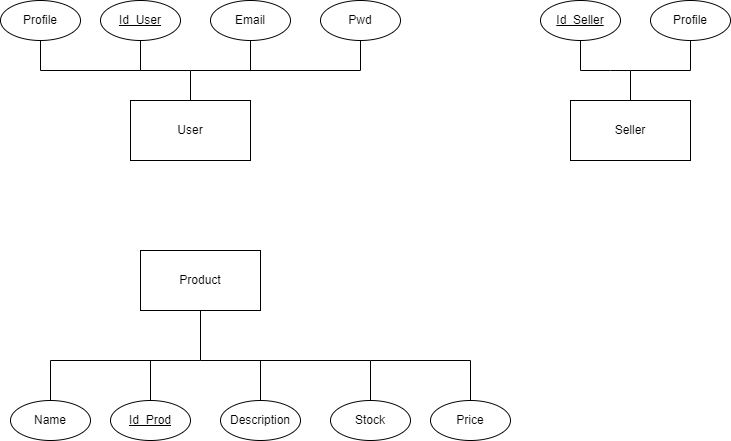
This is Entidad-Relacion.drawio.png from OscarELCRACK17/imagen, a draw.io export, as it was before one commit. Source tidied: cells renumbered, new cells last; positions are measured from the earlier drawing's top-left corner, leaving out a move shared by most shapes.
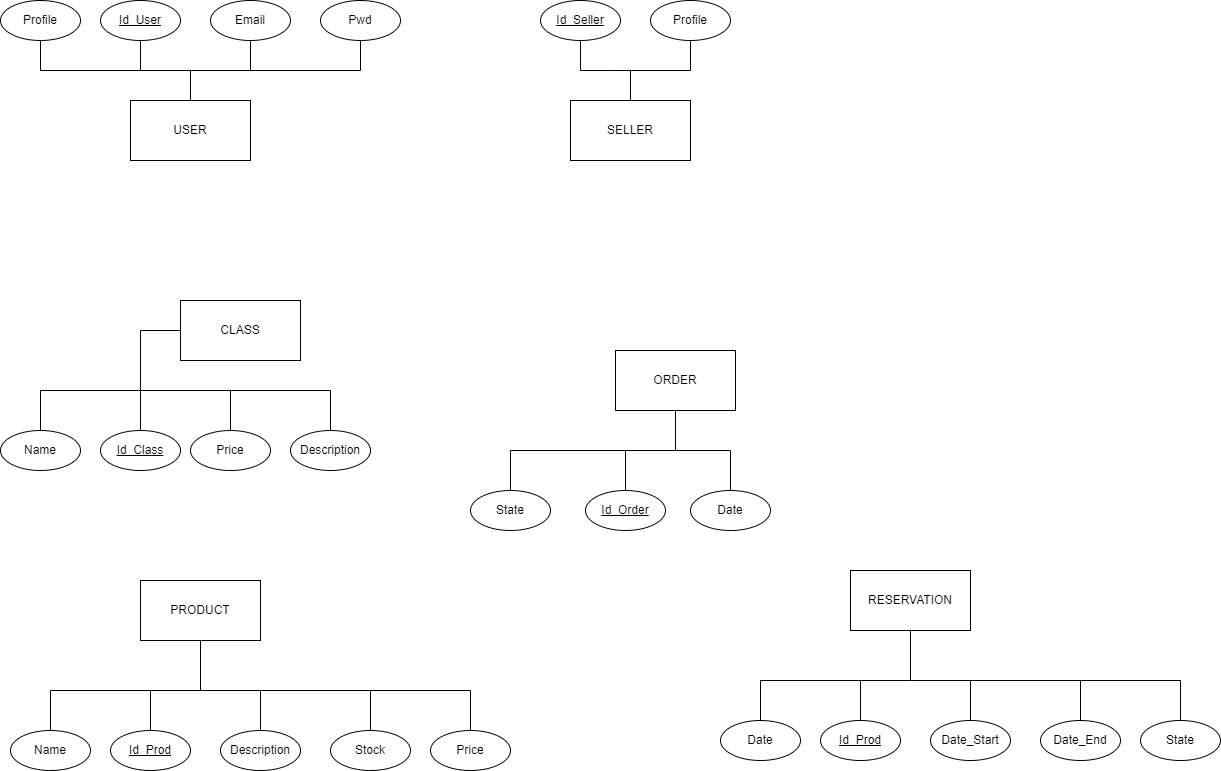
The same diagram one commit later.

What changed in the source:
```diff
@@ -2,7 +2,7 @@
   <root>
     <mxCell id="0" />
     <mxCell id="1" parent="0" />
-    <mxCell id="2" value="User" style="rounded=0;whiteSpace=wrap;html=1;" parent="1" vertex="1">
+    <mxCell id="2" value="USER" style="rounded=0;whiteSpace=wrap;html=1;" parent="1" vertex="1">
       <mxGeometry x="130" y="100" width="120" height="60" as="geometry" />
     </mxCell>
     <mxCell id="3" value="&lt;u&gt;Id_User&lt;/u&gt;" style="ellipse;whiteSpace=wrap;html=1;" parent="1" vertex="1">
@@ -44,7 +44,7 @@
         <mxPoint x="250" y="70" as="sourcePoint" />
       </mxGeometry>
     </mxCell>
-    <mxCell id="11" value="Seller" style="rounded=0;whiteSpace=wrap;html=1;" parent="1" vertex="1">
+    <mxCell id="11" value="SELLER" style="rounded=0;whiteSpace=wrap;html=1;" parent="1" vertex="1">
       <mxGeometry x="570" y="100" width="120" height="60" as="geometry" />
     </mxCell>
     <mxCell id="12" value="&lt;u&gt;Id_Seller&lt;/u&gt;" style="ellipse;whiteSpace=wrap;html=1;" parent="1" vertex="1">
@@ -78,61 +78,199 @@
         <mxPoint x="690" y="70" as="sourcePoint" />
       </mxGeometry>
     </mxCell>
-    <mxCell id="18" value="Product" style="rounded=0;whiteSpace=wrap;html=1;flipH=0;" parent="1" vertex="1">
-      <mxGeometry x="140" y="250" width="120" height="60" as="geometry" />
+    <mxCell id="18" value="PRODUCT" style="rounded=0;whiteSpace=wrap;html=1;flipH=0;" parent="1" vertex="1">
+      <mxGeometry x="140" y="580" width="120" height="60" as="geometry" />
     </mxCell>
     <mxCell id="19" value="&lt;u&gt;Id_Prod&lt;/u&gt;" style="ellipse;whiteSpace=wrap;html=1;flipH=0;" parent="1" vertex="1">
-      <mxGeometry x="110" y="400" width="80" height="40" as="geometry" />
+      <mxGeometry x="110" y="730" width="80" height="40" as="geometry" />
     </mxCell>
     <mxCell id="20" value="Description" style="ellipse;whiteSpace=wrap;html=1;flipH=0;" parent="1" vertex="1">
-      <mxGeometry x="220" y="400" width="80" height="40" as="geometry" />
+      <mxGeometry x="220" y="730" width="80" height="40" as="geometry" />
     </mxCell>
     <mxCell id="21" value="Stock" style="ellipse;whiteSpace=wrap;html=1;flipH=0;" parent="1" vertex="1">
-      <mxGeometry x="330" y="400" width="80" height="40" as="geometry" />
+      <mxGeometry x="330" y="730" width="80" height="40" as="geometry" />
     </mxCell>
     <mxCell id="22" value="Name" style="ellipse;whiteSpace=wrap;html=1;flipH=0;" parent="1" vertex="1">
-      <mxGeometry x="10" y="400" width="80" height="40" as="geometry" />
+      <mxGeometry x="10" y="730" width="80" height="40" as="geometry" />
     </mxCell>
     <mxCell id="23" style="endArrow=none;html=1;rounded=0;entryX=0.5;entryY=0;entryDx=0;entryDy=0;" parent="1" edge="1" target="22">
       <mxGeometry relative="1" as="geometry">
-        <mxPoint x="200" y="310" as="sourcePoint" />
+        <mxPoint x="200" y="640" as="sourcePoint" />
         <Array as="points">
-          <mxPoint x="200" y="360" />
-          <mxPoint x="50" y="360" />
+          <mxPoint x="200" y="690" />
+          <mxPoint x="50" y="690" />
         </Array>
       </mxGeometry>
     </mxCell>
     <mxCell id="24" style="endArrow=none;html=1;rounded=0;" parent="1" edge="1">
       <mxGeometry relative="1" as="geometry">
-        <mxPoint x="150" y="360" as="sourcePoint" />
-        <mxPoint x="150" y="400" as="targetPoint" />
+        <mxPoint x="150" y="690" as="sourcePoint" />
+        <mxPoint x="150" y="730" as="targetPoint" />
       </mxGeometry>
     </mxCell>
     <mxCell id="25" style="endArrow=none;html=1;rounded=0;" parent="1" edge="1">
       <mxGeometry relative="1" as="geometry">
-        <mxPoint x="200" y="360" as="sourcePoint" />
-        <mxPoint x="370" y="400" as="targetPoint" />
+        <mxPoint x="200" y="690" as="sourcePoint" />
+        <mxPoint x="370" y="730" as="targetPoint" />
         <Array as="points">
-          <mxPoint x="370" y="360" />
+          <mxPoint x="370" y="690" />
         </Array>
       </mxGeometry>
     </mxCell>
     <mxCell id="26" style="endArrow=none;html=1;rounded=0;" parent="1" edge="1">
       <mxGeometry relative="1" as="geometry">
-        <mxPoint x="260" y="360" as="sourcePoint" />
-        <mxPoint x="260" y="400" as="targetPoint" />
+        <mxPoint x="260" y="690" as="sourcePoint" />
+        <mxPoint x="260" y="730" as="targetPoint" />
       </mxGeometry>
     </mxCell>
     <mxCell id="27" value="Price" style="ellipse;whiteSpace=wrap;html=1;flipH=0;" parent="1" vertex="1">
-      <mxGeometry x="430" y="400" width="80" height="40" as="geometry" />
+      <mxGeometry x="430" y="730" width="80" height="40" as="geometry" />
     </mxCell>
     <mxCell id="28" style="endArrow=none;html=1;rounded=0;entryX=0.5;entryY=0;entryDx=0;entryDy=0;" parent="1" edge="1" target="27">
       <mxGeometry relative="1" as="geometry">
-        <mxPoint x="370" y="360" as="sourcePoint" />
+        <mxPoint x="370" y="690" as="sourcePoint" />
         <Array as="points">
-          <mxPoint x="470" y="360" />
+          <mxPoint x="470" y="690" />
         </Array>
       </mxGeometry>
     </mxCell>
+    <mxCell id="29" value="ORDER" style="rounded=0;whiteSpace=wrap;html=1;" parent="1" vertex="1">
+      <mxGeometry x="615" y="350" width="120" height="60" as="geometry" />
+    </mxCell>
+    <mxCell id="30" value="&lt;u&gt;Id_Order&lt;/u&gt;" style="ellipse;whiteSpace=wrap;html=1;" parent="1" vertex="1">
+      <mxGeometry x="585" y="490" width="80" height="40" as="geometry" />
+    </mxCell>
+    <mxCell id="31" value="Date" style="ellipse;whiteSpace=wrap;html=1;" parent="1" vertex="1">
+      <mxGeometry x="690" y="490" width="80" height="40" as="geometry" />
+    </mxCell>
+    <mxCell id="32" value="State" style="ellipse;whiteSpace=wrap;html=1;" parent="1" vertex="1">
+      <mxGeometry x="470" y="490" width="80" height="40" as="geometry" />
+    </mxCell>
+    <mxCell id="33" style="endArrow=none;html=1;rounded=0;exitX=0.5;exitY=1;exitDx=0;exitDy=0;entryX=0.5;entryY=0;entryDx=0;entryDy=0;" parent="1" edge="1" source="29" target="32">
+      <mxGeometry relative="1" as="geometry">
+        <Array as="points">
+          <mxPoint x="675" y="450" />
+          <mxPoint x="510" y="450" />
+        </Array>
+      </mxGeometry>
+    </mxCell>
+    <mxCell id="34" style="endArrow=none;html=1;rounded=0;entryX=0.5;entryY=0;entryDx=0;entryDy=0;" parent="1" edge="1" target="30">
+      <mxGeometry relative="1" as="geometry">
+        <mxPoint x="625" y="450" as="sourcePoint" />
+      </mxGeometry>
+    </mxCell>
+    <mxCell id="35" style="endArrow=none;html=1;rounded=0;" parent="1" edge="1">
+      <mxGeometry relative="1" as="geometry">
+        <mxPoint x="670" y="450" as="sourcePoint" />
+        <mxPoint x="730" y="490" as="targetPoint" />
+        <Array as="points">
+          <mxPoint x="730" y="450" />
+        </Array>
+      </mxGeometry>
+    </mxCell>
+    <mxCell id="36" value="CLASS" style="rounded=0;whiteSpace=wrap;html=1;flipH=0;" parent="1" vertex="1">
+      <mxGeometry x="180" y="300" width="120" height="60" as="geometry" />
+    </mxCell>
+    <mxCell id="37" value="Description" style="ellipse;whiteSpace=wrap;html=1;flipH=0;" parent="1" vertex="1">
+      <mxGeometry x="290" y="430" width="80" height="40" as="geometry" />
+    </mxCell>
+    <mxCell id="38" value="&lt;u style=&quot;border-color: var(--border-color);&quot;&gt;Id_Class&lt;/u&gt;" style="ellipse;whiteSpace=wrap;html=1;flipH=0;" parent="1" vertex="1">
+      <mxGeometry x="100" y="430" width="80" height="40" as="geometry" />
+    </mxCell>
+    <mxCell id="39" value="Name" style="ellipse;whiteSpace=wrap;html=1;flipH=0;" parent="1" vertex="1">
+      <mxGeometry y="430" width="80" height="40" as="geometry" />
+    </mxCell>
+    <mxCell id="40" style="endArrow=none;html=1;rounded=0;entryX=0.5;entryY=0;entryDx=0;entryDy=0;exitX=0;exitY=0.5;exitDx=0;exitDy=0;" parent="1" edge="1" source="36" target="39">
+      <mxGeometry relative="1" as="geometry">
+        <Array as="points">
+          <mxPoint x="140" y="330" />
+          <mxPoint x="140" y="390" />
+          <mxPoint x="40" y="390" />
+        </Array>
+      </mxGeometry>
+    </mxCell>
+    <mxCell id="41" style="endArrow=none;html=1;rounded=0;entryX=0.5;entryY=0;entryDx=0;entryDy=0;" parent="1" edge="1" target="38">
+      <mxGeometry relative="1" as="geometry">
+        <mxPoint x="140" y="350" as="sourcePoint" />
+        <Array as="points">
+          <mxPoint x="140" y="390" />
+        </Array>
+      </mxGeometry>
+    </mxCell>
+    <mxCell id="42" style="endArrow=none;html=1;rounded=0;entryX=0.5;entryY=0;entryDx=0;entryDy=0;" parent="1" edge="1" target="37">
+      <mxGeometry relative="1" as="geometry">
+        <mxPoint x="230" y="390" as="sourcePoint" />
+        <Array as="points">
+          <mxPoint x="330" y="390" />
+        </Array>
+      </mxGeometry>
+    </mxCell>
+    <mxCell id="43" value="Price" style="ellipse;whiteSpace=wrap;html=1;flipH=0;" parent="1" vertex="1">
+      <mxGeometry x="190" y="430" width="80" height="40" as="geometry" />
+    </mxCell>
+    <mxCell id="44" style="endArrow=none;html=1;rounded=0;entryX=0.5;entryY=0;entryDx=0;entryDy=0;" parent="1" edge="1" target="43">
+      <mxGeometry relative="1" as="geometry">
+        <mxPoint x="140" y="390" as="sourcePoint" />
+        <Array as="points">
+          <mxPoint x="230" y="390" />
+        </Array>
+      </mxGeometry>
+    </mxCell>
+    <mxCell id="45" value="RESERVATION" style="rounded=0;whiteSpace=wrap;html=1;flipH=0;" parent="1" vertex="1">
+      <mxGeometry x="850" y="570" width="120" height="60" as="geometry" />
+    </mxCell>
+    <mxCell id="46" value="&lt;u&gt;Id_Prod&lt;/u&gt;" style="ellipse;whiteSpace=wrap;html=1;flipH=0;" parent="1" vertex="1">
+      <mxGeometry x="820" y="720" width="80" height="40" as="geometry" />
+    </mxCell>
+    <mxCell id="47" value="Date_Start" style="ellipse;whiteSpace=wrap;html=1;flipH=0;" parent="1" vertex="1">
+      <mxGeometry x="930" y="720" width="80" height="40" as="geometry" />
+    </mxCell>
+    <mxCell id="48" value="Date_End" style="ellipse;whiteSpace=wrap;html=1;flipH=0;" parent="1" vertex="1">
+      <mxGeometry x="1040" y="720" width="80" height="40" as="geometry" />
+    </mxCell>
+    <mxCell id="49" value="Date" style="ellipse;whiteSpace=wrap;html=1;flipH=0;" parent="1" vertex="1">
+      <mxGeometry x="720" y="720" width="80" height="40" as="geometry" />
+    </mxCell>
+    <mxCell id="50" style="endArrow=none;html=1;rounded=0;entryX=0.5;entryY=0;entryDx=0;entryDy=0;" parent="1" edge="1" target="49">
+      <mxGeometry relative="1" as="geometry">
+        <mxPoint x="910" y="630" as="sourcePoint" />
+        <Array as="points">
+          <mxPoint x="910" y="680" />
+          <mxPoint x="760" y="680" />
+        </Array>
+      </mxGeometry>
+    </mxCell>
+    <mxCell id="51" style="endArrow=none;html=1;rounded=0;" parent="1" edge="1">
+      <mxGeometry relative="1" as="geometry">
+        <mxPoint x="860" y="680" as="sourcePoint" />
+        <mxPoint x="860" y="720" as="targetPoint" />
+      </mxGeometry>
+    </mxCell>
+    <mxCell id="52" style="endArrow=none;html=1;rounded=0;" parent="1" edge="1">
+      <mxGeometry relative="1" as="geometry">
+        <mxPoint x="910" y="680" as="sourcePoint" />
+        <mxPoint x="1080" y="720" as="targetPoint" />
+        <Array as="points">
+          <mxPoint x="1080" y="680" />
+        </Array>
+      </mxGeometry>
+    </mxCell>
+    <mxCell id="53" style="endArrow=none;html=1;rounded=0;" parent="1" edge="1">
+      <mxGeometry relative="1" as="geometry">
+        <mxPoint x="970" y="680" as="sourcePoint" />
+        <mxPoint x="970" y="720" as="targetPoint" />
+      </mxGeometry>
+    </mxCell>
+    <mxCell id="54" value="State" style="ellipse;whiteSpace=wrap;html=1;flipH=0;" parent="1" vertex="1">
+      <mxGeometry x="1140" y="720" width="80" height="40" as="geometry" />
+    </mxCell>
+    <mxCell id="55" style="endArrow=none;html=1;rounded=0;entryX=0.5;entryY=0;entryDx=0;entryDy=0;" parent="1" edge="1" target="54">
+      <mxGeometry relative="1" as="geometry">
+        <mxPoint x="1080" y="680" as="sourcePoint" />
+        <Array as="points">
+          <mxPoint x="1180" y="680" />
+        </Array>
+      </mxGeometry>
+    </mxCell>
   </root>
 </mxGraphModel>
```
